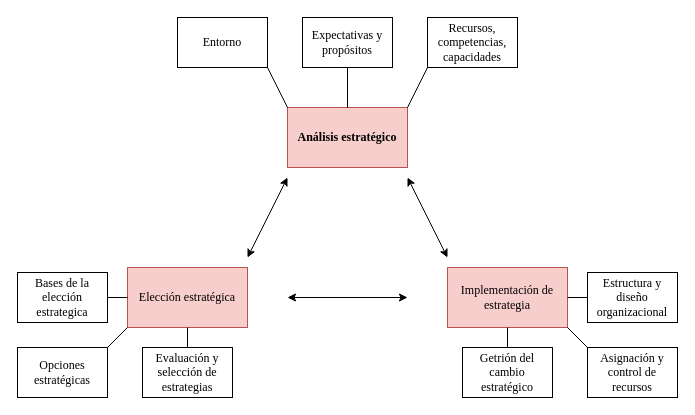
The draw.io diagram page "Página-4" (4 of 4) of ARCHIVOS/GestionEstrategica/diagramasGE.drawio in NicoGomezM/Codigos_Latex, before the edit. Source tidied: cells renumbered, new cells numbered last; positions are measured from the earlier drawing's top-left corner, leaving out a move shared by most shapes. Both pictures are drawn from the tidied source at 100%, with x=0, y=0 at pixel (17, 17).
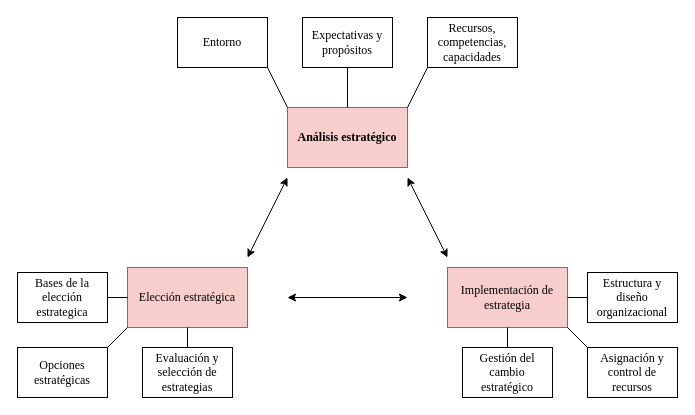
The same diagram, later.

Diff of the diagram source:
```diff
@@
-    <mxCell id="17" value="&lt;font face=&quot;Times New Roman&quot;&gt;Getrión del cambio estratégico&lt;/font&gt;" style="rounded=0;whiteSpace=wrap;html=1;" parent="1" vertex="1">
+    <mxCell id="17" value="&lt;font face=&quot;Times New Roman&quot;&gt;Gestión del cambio estratégico&lt;/font&gt;" style="rounded=0;whiteSpace=wrap;html=1;" parent="1" vertex="1">
       <mxGeometry x="445" y="330" width="90" height="50" as="geometry" />
     </mxCell>
```
